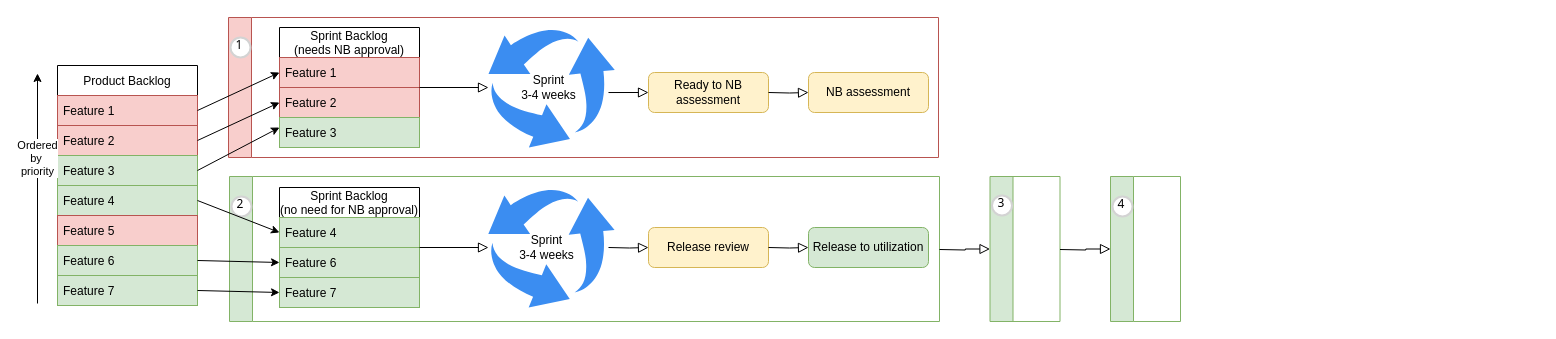
devgranlund/idea-settings keeps this draw.io diagram as ChangeTreshold.drawio. Above is the earlier version. Source tidied: cells renumbered, new cells numbered last; positions are measured from the earlier drawing's top-left corner, leaving out a move shared by most shapes. Both pictures are drawn from the tidied source at 100%, with x=0, y=0 at pixel (37, 17).
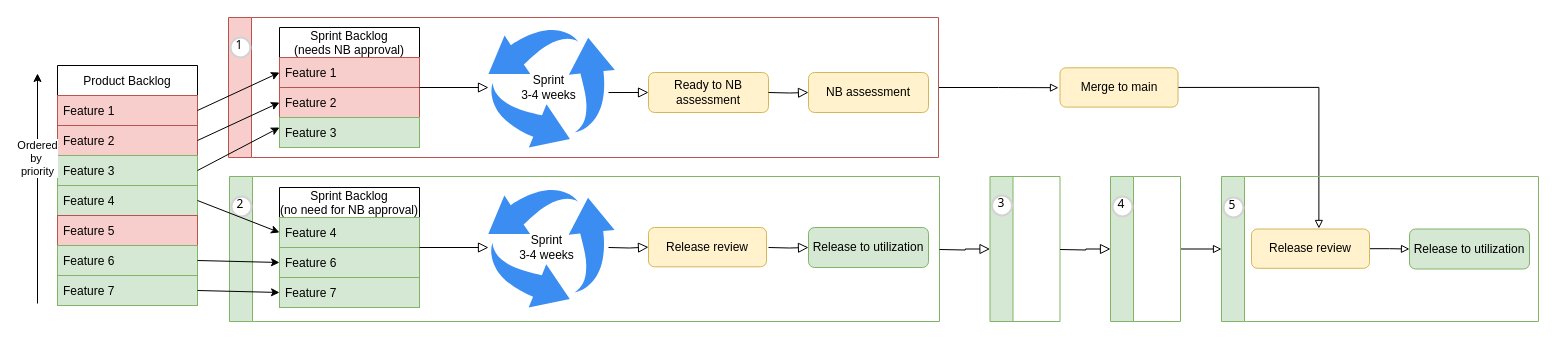
Above is the later version.

Unchanged cells that the change refers to:
```xml
<mxCell id="6" style="swimlane;horizontal=0;fillColor=#f8cecc;strokeColor=#b85450;" parent="1" vertex="1">
  <mxGeometry x="191" width="710" height="140" as="geometry" />
</mxCell>
<mxCell id="47" style="swimlane;horizontal=0;fillColor=#d5e8d4;strokeColor=#82b366;" parent="1" vertex="1">
  <mxGeometry x="1073" y="159" width="70" height="145" as="geometry" />
</mxCell>
```

Diff of the diagram source:
```diff
@@
+    <mxCell id="50" style="edgeStyle=orthogonalEdgeStyle;rounded=0;jettySize=auto;html=1;exitX=1;exitY=0.5;exitDx=0;exitDy=0;endArrow=block;endFill=0;" parent="1" edge="1" source="6">
+      <mxGeometry relative="1" as="geometry">
+        <mxPoint x="1021" y="70.2" as="targetPoint" />
+      </mxGeometry>
+    </mxCell>
@@
     <mxCell id="42" value="Release review" style="rounded=1;whiteSpace=wrap;html=1;fontSize=12;glass=0;strokeWidth=1;shadow=0;fillColor=#fff2cc;strokeColor=#d6b656;" parent="1" vertex="1">
-      <mxGeometry x="611" y="210" width="120" height="40" as="geometry" />
+      <mxGeometry x="611" y="210" width="118" height="39.3" as="geometry" />
     </mxCell>
@@
+    <mxCell id="51" style="edgeStyle=orthogonalEdgeStyle;rounded=0;jettySize=auto;html=1;exitX=1;exitY=0.5;exitDx=0;exitDy=0;entryX=0;entryY=0.5;entryDx=0;entryDy=0;endArrow=block;endFill=0;" parent="1" edge="1" source="47" target="57">
+      <mxGeometry relative="1" as="geometry" />
+    </mxCell>
@@
+    <mxCell id="52" style="edgeStyle=orthogonalEdgeStyle;rounded=0;jettySize=auto;html=1;endArrow=block;endFill=0;" parent="1" edge="1" source="53" target="54">
+      <mxGeometry relative="1" as="geometry" />
+    </mxCell>
+    <mxCell id="53" value="Release review" style="rounded=1;whiteSpace=wrap;html=1;fontSize=12;glass=0;strokeWidth=1;shadow=0;fillColor=#fff2cc;strokeColor=#d6b656;" parent="1" vertex="1">
+      <mxGeometry x="1214" y="211.5" width="118" height="39.3" as="geometry" />
+    </mxCell>
+    <mxCell id="54" value="Release to utilization" style="rounded=1;whiteSpace=wrap;html=1;fontSize=12;glass=0;strokeWidth=1;shadow=0;fillColor=#d5e8d4;strokeColor=#82b366;" parent="1" vertex="1">
+      <mxGeometry x="1372" y="211.5" width="120" height="40" as="geometry" />
+    </mxCell>
+    <mxCell id="55" style="edgeStyle=orthogonalEdgeStyle;rounded=0;jettySize=auto;html=1;exitX=1;exitY=0.5;exitDx=0;exitDy=0;entryX=0.571;entryY=-0.013;entryDx=0;entryDy=0;entryPerimeter=0;endArrow=block;endFill=0;" parent="1" edge="1" source="56" target="53">
+      <mxGeometry relative="1" as="geometry" />
+    </mxCell>
+    <mxCell id="56" value="Merge to main" style="rounded=1;whiteSpace=wrap;html=1;fontSize=12;glass=0;strokeWidth=1;shadow=0;fillColor=#fff2cc;strokeColor=#d6b656;" parent="1" vertex="1">
+      <mxGeometry x="1022.5" y="50.3" width="118" height="39.3" as="geometry" />
+    </mxCell>
+    <mxCell id="57" style="swimlane;horizontal=0;fillColor=#d5e8d4;strokeColor=#82b366;" parent="1" vertex="1">
+      <mxGeometry x="1184" y="159" width="317" height="145" as="geometry" />
+    </mxCell>
+    <mxCell id="58" value="5" style="ellipse;whiteSpace=wrap;html=1;strokeWidth=2;fontFamily=Tahoma;spacingBottom=4;spacingRight=2;strokeColor=#d3d3d3;" parent="57" vertex="1">
+      <mxGeometry x="2" y="21" width="20" height="20" as="geometry" />
+    </mxCell>
```
